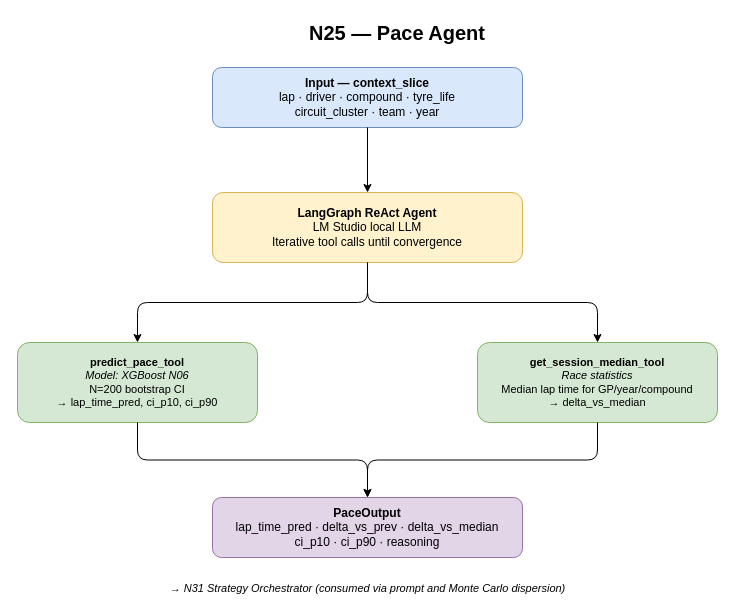
The draw.io diagram documents/dev_docs/diagrams/agents/N25_pace_agent.drawio in VforVitorio/F1-StratLab, before the edit. Source tidied: cells renumbered, new cells numbered last; positions are measured from the earlier drawing's top-left corner, leaving out a move shared by most shapes. Both pictures are drawn from the tidied source at 100%, with x=0, y=0 at pixel (17, 17).
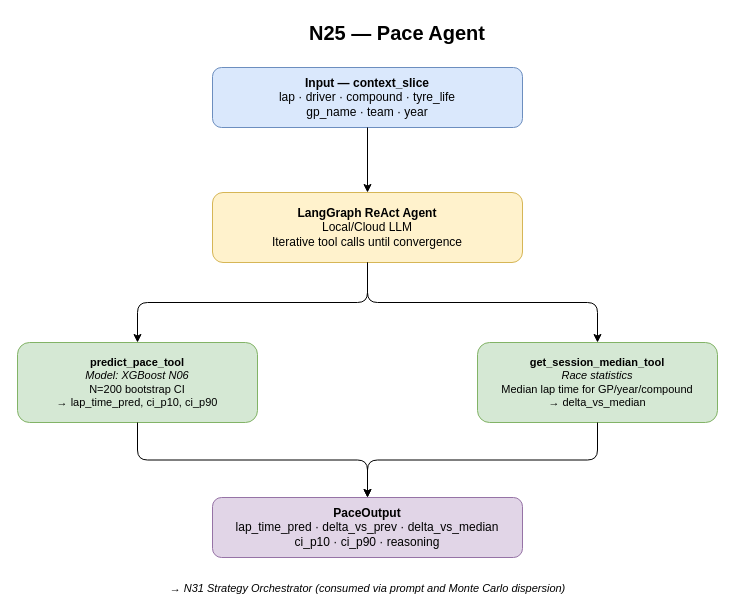
The same page after the edit.

Commit message:
updated N25 pace agent diagram

Change to the diagram source:
```diff
@@
 <mxGraphModel>
   <root>
     <mxCell id="0" />
     <mxCell id="1" parent="0" />
     <mxCell id="2" value="N25 — Pace Agent" style="text;html=1;strokeColor=none;fillColor=none;align=center;verticalAlign=middle;whiteSpace=wrap;fontSize=20;fontStyle=1;" parent="1" vertex="1">
       <mxGeometry x="180" width="400" height="30" as="geometry" />
     </mxCell>
-    <mxCell id="3" value="&lt;b&gt;Input — context_slice&lt;/b&gt;&lt;br/&gt;lap · driver · compound · tyre_life&lt;br/&gt;circuit_cluster · team · year" style="rounded=1;whiteSpace=wrap;html=1;fillColor=#dae8fc;strokeColor=#6c8ebf;" parent="1" vertex="1">
+    <mxCell id="3" value="&lt;b&gt;Input — context_slice&lt;/b&gt;&lt;br/&gt;lap · driver · compound · tyre_life&lt;br/&gt;gp_name · team · year" style="rounded=1;whiteSpace=wrap;html=1;fillColor=#dae8fc;strokeColor=#6c8ebf;" parent="1" vertex="1">
       <mxGeometry x="195" y="50" width="310" height="60" as="geometry" />
     </mxCell>
-    <mxCell id="4" value="&lt;b&gt;LangGraph ReAct Agent&lt;/b&gt;&lt;br/&gt;LM Studio local LLM&lt;br/&gt;Iterative tool calls until convergence" style="rounded=1;whiteSpace=wrap;html=1;fillColor=#fff2cc;strokeColor=#d6b656;" parent="1" vertex="1">
+    <mxCell id="4" value="&lt;b&gt;LangGraph ReAct Agent&lt;/b&gt;&lt;br/&gt;Local/Cloud LLM&lt;br/&gt;Iterative tool calls until convergence" style="rounded=1;whiteSpace=wrap;html=1;fillColor=#fff2cc;strokeColor=#d6b656;" parent="1" vertex="1">
       <mxGeometry x="195" y="175" width="310" height="70" as="geometry" />
     </mxCell>
     <mxCell id="5" value="&lt;b&gt;predict_pace_tool&lt;/b&gt;&lt;br/&gt;&lt;i&gt;Model: XGBoost N06&lt;/i&gt;&lt;br/&gt;N=200 bootstrap CI&lt;br/&gt;→ lap_time_pred, ci_p10, ci_p90" style="rounded=1;whiteSpace=wrap;html=1;fillColor=#d5e8d4;strokeColor=#82b366;fontSize=11;" parent="1" vertex="1">
       <mxGeometry y="325" width="240" height="80" as="geometry" />
     </mxCell>
     <mxCell id="6" value="&lt;b&gt;get_session_median_tool&lt;/b&gt;&lt;br/&gt;&lt;i&gt;Race statistics&lt;/i&gt;&lt;br/&gt;Median lap time for GP/year/compound&lt;br/&gt;→ delta_vs_median" style="rounded=1;whiteSpace=wrap;html=1;fillColor=#d5e8d4;strokeColor=#82b366;fontSize=11;" parent="1" vertex="1">
       <mxGeometry x="460" y="325" width="240" height="80" as="geometry" />
     </mxCell>
     <mxCell id="7" value="&lt;b&gt;PaceOutput&lt;/b&gt;&lt;br/&gt;lap_time_pred · delta_vs_prev · delta_vs_median&lt;br/&gt;ci_p10 · ci_p90 · reasoning" style="rounded=1;whiteSpace=wrap;html=1;fillColor=#e1d5e7;strokeColor=#9673a6;" parent="1" vertex="1">
       <mxGeometry x="195" y="480" width="310" height="60" as="geometry" />
     </mxCell>
     <mxCell id="8" value="→ N31 Strategy Orchestrator (consumed via prompt and Monte Carlo dispersion)" style="text;html=1;strokeColor=none;fillColor=none;align=center;fontStyle=2;fontSize=11;" parent="1" vertex="1">
       <mxGeometry x="130" y="558" width="440" height="20" as="geometry" />
     </mxCell>
     <mxCell id="9" style="edgeStyle=orthogonalEdgeStyle;" parent="1" edge="1" source="3" target="4">
       <mxGeometry relative="1" as="geometry" />
     </mxCell>
     <mxCell id="10" style="edgeStyle=orthogonalEdgeStyle;" parent="1" edge="1" source="4" target="5">
       <mxGeometry relative="1" as="geometry" />
     </mxCell>
     <mxCell id="11" style="edgeStyle=orthogonalEdgeStyle;" parent="1" edge="1" source="4" target="6">
       <mxGeometry relative="1" as="geometry" />
     </mxCell>
     <mxCell id="12" style="edgeStyle=orthogonalEdgeStyle;" parent="1" edge="1" source="5" target="7">
       <mxGeometry relative="1" as="geometry" />
     </mxCell>
     <mxCell id="13" style="edgeStyle=orthogonalEdgeStyle;" parent="1" edge="1" source="6" target="7">
       <mxGeometry relative="1" as="geometry" />
     </mxCell>
   </root>
 </mxGraphModel>
```
